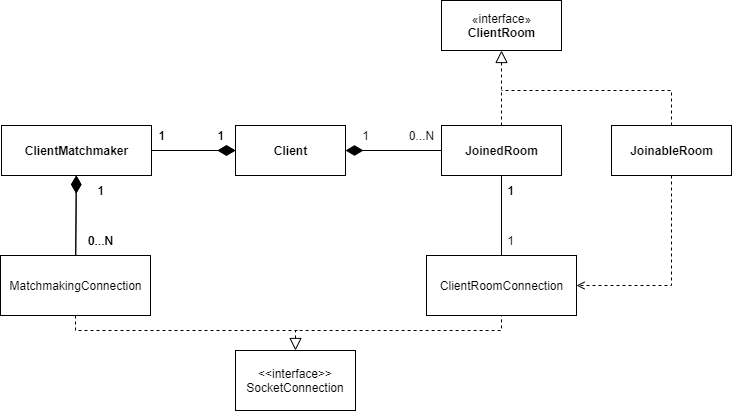
Above: doc/report/images/3-architecture/client-architecture.png in StefanoSalvatori/PPS-18-scala-omg (draw.io), before the change. Source tidied: cells renumbered, new cells last; positions are measured from the earlier drawing's top-left corner, leaving out a move shared by most shapes. Its diagram source:
```xml
<mxGraphModel>
  <root>
    <mxCell id="0" />
    <mxCell id="1" parent="0" />
    <mxCell id="2" value="&lt;b&gt;Client&lt;/b&gt;" style="html=1;" parent="1" vertex="1">
      <mxGeometry x="235" y="125" width="110" height="50" as="geometry" />
    </mxCell>
    <mxCell id="3" style="endArrow=none;html=1;exitX=1;exitY=0.5;exitDx=0;exitDy=0;startArrow=diamondThin;startFill=1;endSize=15;startSize=15;" parent="1" edge="1" source="2" target="9">
      <mxGeometry relative="1" as="geometry" />
    </mxCell>
    <mxCell id="4" value="0...N" style="text;html=1;align=center;verticalAlign=middle;" parent="1" vertex="1">
      <mxGeometry x="401" y="125" width="40" height="20" as="geometry" />
    </mxCell>
    <mxCell id="5" value="1" style="text;html=1;align=center;verticalAlign=middle;" parent="1" vertex="1">
      <mxGeometry x="355" y="125" width="20" height="20" as="geometry" />
    </mxCell>
    <mxCell id="6" value="1" style="text;html=1;align=center;verticalAlign=middle;" parent="1" vertex="1">
      <mxGeometry x="500" y="180" width="20" height="20" as="geometry" />
    </mxCell>
    <mxCell id="7" style="edgeStyle=orthogonalEdgeStyle;rounded=0;jettySize=auto;html=1;exitX=0.5;exitY=1;exitDx=0;exitDy=0;entryX=1;entryY=0.5;entryDx=0;entryDy=0;dashed=1;endArrow=open;endFill=0;" parent="1" edge="1" target="36">
      <mxGeometry relative="1" as="geometry">
        <mxPoint x="671" y="175" as="sourcePoint" />
        <Array as="points">
          <mxPoint x="671" y="285" />
        </Array>
      </mxGeometry>
    </mxCell>
    <mxCell id="8" value="&lt;b&gt;JoinableRoom&lt;/b&gt;" style="html=1;" parent="1" vertex="1">
      <mxGeometry x="611" y="125" width="120" height="50" as="geometry" />
    </mxCell>
    <mxCell id="9" value="&lt;b&gt;JoinedRoom&lt;/b&gt;" style="html=1;" parent="1" vertex="1">
      <mxGeometry x="441" y="125" width="120" height="50" as="geometry" />
    </mxCell>
    <mxCell id="10" style="edgeStyle=orthogonalEdgeStyle;rounded=0;jettySize=auto;html=1;exitX=1;exitY=0.5;exitDx=0;exitDy=0;entryX=0;entryY=0.5;entryDx=0;entryDy=0;endArrow=diamondThin;endFill=1;endSize=15;" parent="1" edge="1" source="11" target="2">
      <mxGeometry relative="1" as="geometry" />
    </mxCell>
    <mxCell id="11" value="&lt;b&gt;ClientMatchmaker&lt;/b&gt;" style="html=1;" parent="1" vertex="1">
      <mxGeometry x="1" y="125" width="150" height="50" as="geometry" />
    </mxCell>
    <mxCell id="12" value="1" style="text;html=1;align=center;verticalAlign=middle;" parent="1" vertex="1">
      <mxGeometry x="151" y="125" width="20" height="20" as="geometry" />
    </mxCell>
    <mxCell id="13" value="1" style="text;html=1;align=center;verticalAlign=middle;" parent="1" vertex="1">
      <mxGeometry x="210" y="125" width="20" height="20" as="geometry" />
    </mxCell>
    <mxCell id="14" value="MatchmakingService" style="html=1;" parent="1" vertex="1">
      <mxGeometry y="255" width="150" height="60" as="geometry" />
    </mxCell>
    <mxCell id="15" style="endArrow=none;html=1;startArrow=diamondThin;startFill=1;endSize=15;startSize=15;" parent="1" edge="1" source="11" target="14">
      <mxGeometry relative="1" as="geometry" />
    </mxCell>
    <mxCell id="16" value="0...N" style="text;html=1;align=center;verticalAlign=middle;" parent="1" vertex="1">
      <mxGeometry x="80" y="230" width="40" height="20" as="geometry" />
    </mxCell>
    <mxCell id="17" value="1" style="text;html=1;align=center;verticalAlign=middle;" parent="1" vertex="1">
      <mxGeometry x="90" y="180" width="20" height="20" as="geometry" />
    </mxCell>
    <mxCell id="18" style="edgeStyle=orthogonalEdgeStyle;rounded=0;jettySize=auto;html=1;exitX=0.5;exitY=1;exitDx=0;exitDy=0;startArrow=none;startFill=0;startSize=24;endSize=0;endArrow=none;endFill=0;" parent="1" edge="1" source="25">
      <mxGeometry relative="1" as="geometry">
        <mxPoint x="501" y="255" as="targetPoint" />
      </mxGeometry>
    </mxCell>
    <mxCell id="19" value="&lt;b&gt;Client&lt;/b&gt;" style="html=1;" parent="1" vertex="1">
      <mxGeometry x="235" y="125" width="110" height="50" as="geometry" />
    </mxCell>
    <mxCell id="20" value="«interface»&lt;br&gt;&lt;b&gt;ClientRoom&lt;/b&gt;" style="html=1;" parent="1" vertex="1">
      <mxGeometry x="441" width="120" height="50" as="geometry" />
    </mxCell>
    <mxCell id="21" style="endArrow=block;dashed=1;endFill=0;endSize=10;html=1;exitX=0.5;exitY=0;exitDx=0;exitDy=0;entryX=0.5;entryY=1;entryDx=0;entryDy=0;startSize=10;" parent="1" edge="1" source="25" target="20">
      <mxGeometry relative="1" as="geometry" />
    </mxCell>
    <mxCell id="22" value="1" style="text;html=1;align=center;verticalAlign=middle;" parent="1" vertex="1">
      <mxGeometry x="500" y="180" width="20" height="20" as="geometry" />
    </mxCell>
    <mxCell id="23" value="1" style="text;html=1;align=center;verticalAlign=middle;" parent="1" vertex="1">
      <mxGeometry x="500" y="230" width="20" height="20" as="geometry" />
    </mxCell>
    <mxCell id="24" style="edgeStyle=orthogonalEdgeStyle;rounded=0;orthogonalLoop=1;jettySize=auto;html=1;exitX=0.5;exitY=0;exitDx=0;exitDy=0;dashed=1;endArrow=none;endFill=0;" parent="1" edge="1">
      <mxGeometry relative="1" as="geometry">
        <mxPoint x="671" y="125" as="sourcePoint" />
        <mxPoint x="501" y="90" as="targetPoint" />
        <Array as="points">
          <mxPoint x="671" y="90" />
        </Array>
      </mxGeometry>
    </mxCell>
    <mxCell id="25" value="&lt;b&gt;JoinedRoom&lt;/b&gt;" style="html=1;" parent="1" vertex="1">
      <mxGeometry x="441" y="125" width="120" height="50" as="geometry" />
    </mxCell>
    <mxCell id="26" style="edgeStyle=orthogonalEdgeStyle;rounded=0;jettySize=auto;html=1;exitX=1;exitY=0.5;exitDx=0;exitDy=0;entryX=0;entryY=0.5;entryDx=0;entryDy=0;endArrow=diamondThin;endFill=1;endSize=15;" parent="1" edge="1" source="27" target="19">
      <mxGeometry relative="1" as="geometry" />
    </mxCell>
    <mxCell id="27" value="&lt;b&gt;ClientMatchmaker&lt;/b&gt;" style="html=1;" parent="1" vertex="1">
      <mxGeometry x="1" y="125" width="150" height="50" as="geometry" />
    </mxCell>
    <mxCell id="28" value="1" style="text;html=1;align=center;verticalAlign=middle;" parent="1" vertex="1">
      <mxGeometry x="151" y="125" width="20" height="20" as="geometry" />
    </mxCell>
    <mxCell id="29" value="1" style="text;html=1;align=center;verticalAlign=middle;" parent="1" vertex="1">
      <mxGeometry x="210" y="125" width="20" height="20" as="geometry" />
    </mxCell>
    <mxCell id="30" value="MatchmakingConnection" style="html=1;" parent="1" vertex="1">
      <mxGeometry y="255" width="150" height="60" as="geometry" />
    </mxCell>
    <mxCell id="31" style="endArrow=none;html=1;startArrow=diamondThin;startFill=1;endSize=15;startSize=15;" parent="1" edge="1" source="27" target="30">
      <mxGeometry relative="1" as="geometry" />
    </mxCell>
    <mxCell id="32" value="0...N" style="text;html=1;align=center;verticalAlign=middle;" parent="1" vertex="1">
      <mxGeometry x="80" y="230" width="40" height="20" as="geometry" />
    </mxCell>
    <mxCell id="33" value="1" style="text;html=1;align=center;verticalAlign=middle;" parent="1" vertex="1">
      <mxGeometry x="90" y="180" width="20" height="20" as="geometry" />
    </mxCell>
    <mxCell id="34" style="edgeStyle=orthogonalEdgeStyle;rounded=0;jettySize=auto;html=1;exitX=0.5;exitY=0;exitDx=0;exitDy=0;entryX=0.5;entryY=1;entryDx=0;entryDy=0;startArrow=block;startFill=0;startSize=10;endArrow=none;endFill=0;endSize=13;strokeWidth=1;dashed=1;" parent="1" edge="1" source="35" target="36">
      <mxGeometry relative="1" as="geometry">
        <Array as="points">
          <mxPoint x="295" y="330" />
          <mxPoint x="501" y="330" />
        </Array>
      </mxGeometry>
    </mxCell>
    <mxCell id="35" value="&amp;lt;&amp;lt;interface&amp;gt;&amp;gt;&lt;br&gt;SocketConnection" style="rounded=0;whiteSpace=wrap;html=1;" parent="1" vertex="1">
      <mxGeometry x="235" y="350" width="120" height="60" as="geometry" />
    </mxCell>
    <mxCell id="36" value="ClientRoomConnection" style="html=1;" parent="1" vertex="1">
      <mxGeometry x="426" y="255" width="150" height="60" as="geometry" />
    </mxCell>
    <mxCell id="37" style="endArrow=none;dashed=1;html=1;exitX=0.5;exitY=1;exitDx=0;exitDy=0;rounded=0;" parent="1" edge="1" source="30">
      <mxGeometry relative="1" as="geometry">
        <mxPoint x="301" y="330" as="targetPoint" />
        <Array as="points">
          <mxPoint x="75" y="330" />
        </Array>
      </mxGeometry>
    </mxCell>
  </root>
</mxGraphModel>
```
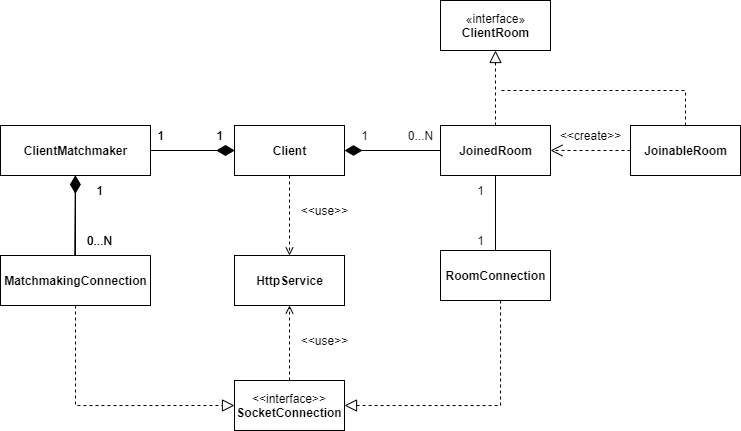
Later version of the same file.

Commit message:
client: architecture, design, room

Change to the diagram source:
```diff
@@ -5,8 +5,10 @@
     <mxCell id="2" value="&lt;b&gt;Client&lt;/b&gt;" style="html=1;" parent="1" vertex="1">
       <mxGeometry x="235" y="125" width="110" height="50" as="geometry" />
     </mxCell>
-    <mxCell id="3" style="endArrow=none;html=1;exitX=1;exitY=0.5;exitDx=0;exitDy=0;startArrow=diamondThin;startFill=1;endSize=15;startSize=15;" parent="1" edge="1" source="2" target="9">
-      <mxGeometry relative="1" as="geometry" />
+    <mxCell id="3" style="endArrow=none;html=1;exitX=1;exitY=0.5;exitDx=0;exitDy=0;startArrow=diamondThin;startFill=1;endSize=15;startSize=15;" parent="1" edge="1" source="2">
+      <mxGeometry relative="1" as="geometry">
+        <mxPoint x="441" y="150" as="targetPoint" />
+      </mxGeometry>
     </mxCell>
     <mxCell id="4" value="0...N" style="text;html=1;align=center;verticalAlign=middle;" parent="1" vertex="1">
       <mxGeometry x="401" y="125" width="40" height="20" as="geometry" />
@@ -14,23 +16,12 @@
     <mxCell id="5" value="1" style="text;html=1;align=center;verticalAlign=middle;" parent="1" vertex="1">
       <mxGeometry x="355" y="125" width="20" height="20" as="geometry" />
     </mxCell>
-    <mxCell id="6" value="1" style="text;html=1;align=center;verticalAlign=middle;" parent="1" vertex="1">
-      <mxGeometry x="500" y="180" width="20" height="20" as="geometry" />
-    </mxCell>
-    <mxCell id="7" style="edgeStyle=orthogonalEdgeStyle;rounded=0;jettySize=auto;html=1;exitX=0.5;exitY=1;exitDx=0;exitDy=0;entryX=1;entryY=0.5;entryDx=0;entryDy=0;dashed=1;endArrow=open;endFill=0;" parent="1" edge="1" target="36">
-      <mxGeometry relative="1" as="geometry">
-        <mxPoint x="671" y="175" as="sourcePoint" />
-        <Array as="points">
-          <mxPoint x="671" y="285" />
-        </Array>
-      </mxGeometry>
-    </mxCell>
+    <mxCell id="38" style="edgeStyle=orthogonalEdgeStyle;rounded=0;jettySize=auto;html=1;exitX=0;exitY=0.5;exitDx=0;exitDy=0;entryX=1;entryY=0.5;entryDx=0;entryDy=0;dashed=1;endArrow=open;endFill=0;endSize=10;" parent="1" edge="1" source="8" target="25">
+      <mxGeometry relative="1" as="geometry" />
+    </mxCell>
     <mxCell id="8" value="&lt;b&gt;JoinableRoom&lt;/b&gt;" style="html=1;" parent="1" vertex="1">
-      <mxGeometry x="611" y="125" width="120" height="50" as="geometry" />
+      <mxGeometry x="631" y="125" width="110" height="50" as="geometry" />
     </mxCell>
-    <mxCell id="9" value="&lt;b&gt;JoinedRoom&lt;/b&gt;" style="html=1;" parent="1" vertex="1">
-      <mxGeometry x="441" y="125" width="120" height="50" as="geometry" />
-    </mxCell>
     <mxCell id="10" style="edgeStyle=orthogonalEdgeStyle;rounded=0;jettySize=auto;html=1;exitX=1;exitY=0.5;exitDx=0;exitDy=0;entryX=0;entryY=0.5;entryDx=0;entryDy=0;endArrow=diamondThin;endFill=1;endSize=15;" parent="1" edge="1" source="11" target="2">
       <mxGeometry relative="1" as="geometry" />
     </mxCell>
@@ -43,11 +34,10 @@
     <mxCell id="13" value="1" style="text;html=1;align=center;verticalAlign=middle;" parent="1" vertex="1">
       <mxGeometry x="210" y="125" width="20" height="20" as="geometry" />
     </mxCell>
-    <mxCell id="14" value="MatchmakingService" style="html=1;" parent="1" vertex="1">
-      <mxGeometry y="255" width="150" height="60" as="geometry" />
-    </mxCell>
-    <mxCell id="15" style="endArrow=none;html=1;startArrow=diamondThin;startFill=1;endSize=15;startSize=15;" parent="1" edge="1" source="11" target="14">
-      <mxGeometry relative="1" as="geometry" />
+    <mxCell id="15" style="endArrow=none;html=1;startArrow=diamondThin;startFill=1;endSize=15;startSize=15;" parent="1" edge="1" source="11">
+      <mxGeometry relative="1" as="geometry">
+        <mxPoint x="75.2" y="255" as="targetPoint" />
+      </mxGeometry>
     </mxCell>
     <mxCell id="16" value="0...N" style="text;html=1;align=center;verticalAlign=middle;" parent="1" vertex="1">
       <mxGeometry x="80" y="230" width="40" height="20" as="geometry" />
@@ -55,37 +45,37 @@
     <mxCell id="17" value="1" style="text;html=1;align=center;verticalAlign=middle;" parent="1" vertex="1">
       <mxGeometry x="90" y="180" width="20" height="20" as="geometry" />
     </mxCell>
-    <mxCell id="18" style="edgeStyle=orthogonalEdgeStyle;rounded=0;jettySize=auto;html=1;exitX=0.5;exitY=1;exitDx=0;exitDy=0;startArrow=none;startFill=0;startSize=24;endSize=0;endArrow=none;endFill=0;" parent="1" edge="1" source="25">
-      <mxGeometry relative="1" as="geometry">
-        <mxPoint x="501" y="255" as="targetPoint" />
-      </mxGeometry>
+    <mxCell id="18" style="edgeStyle=orthogonalEdgeStyle;rounded=0;jettySize=auto;html=1;exitX=0.5;exitY=1;exitDx=0;exitDy=0;startArrow=none;startFill=0;startSize=24;endSize=0;endArrow=none;endFill=0;entryX=0.5;entryY=0;entryDx=0;entryDy=0;" parent="1" edge="1" source="25" target="36">
+      <mxGeometry relative="1" as="geometry" />
     </mxCell>
+    <mxCell id="39" style="edgeStyle=orthogonalEdgeStyle;rounded=0;jettySize=auto;html=1;exitX=0.5;exitY=1;exitDx=0;exitDy=0;dashed=1;endArrow=open;endFill=0;" parent="1" edge="1" source="19" target="42">
+      <mxGeometry relative="1" as="geometry" />
+    </mxCell>
     <mxCell id="19" value="&lt;b&gt;Client&lt;/b&gt;" style="html=1;" parent="1" vertex="1">
       <mxGeometry x="235" y="125" width="110" height="50" as="geometry" />
     </mxCell>
     <mxCell id="20" value="«interface»&lt;br&gt;&lt;b&gt;ClientRoom&lt;/b&gt;" style="html=1;" parent="1" vertex="1">
-      <mxGeometry x="441" width="120" height="50" as="geometry" />
+      <mxGeometry x="441" width="110" height="50" as="geometry" />
     </mxCell>
     <mxCell id="21" style="endArrow=block;dashed=1;endFill=0;endSize=10;html=1;exitX=0.5;exitY=0;exitDx=0;exitDy=0;entryX=0.5;entryY=1;entryDx=0;entryDy=0;startSize=10;" parent="1" edge="1" source="25" target="20">
       <mxGeometry relative="1" as="geometry" />
     </mxCell>
     <mxCell id="22" value="1" style="text;html=1;align=center;verticalAlign=middle;" parent="1" vertex="1">
-      <mxGeometry x="500" y="180" width="20" height="20" as="geometry" />
+      <mxGeometry x="471" y="180" width="20" height="20" as="geometry" />
     </mxCell>
     <mxCell id="23" value="1" style="text;html=1;align=center;verticalAlign=middle;" parent="1" vertex="1">
-      <mxGeometry x="500" y="230" width="20" height="20" as="geometry" />
+      <mxGeometry x="471" y="230" width="20" height="20" as="geometry" />
     </mxCell>
-    <mxCell id="24" style="edgeStyle=orthogonalEdgeStyle;rounded=0;orthogonalLoop=1;jettySize=auto;html=1;exitX=0.5;exitY=0;exitDx=0;exitDy=0;dashed=1;endArrow=none;endFill=0;" parent="1" edge="1">
+    <mxCell id="24" style="edgeStyle=orthogonalEdgeStyle;rounded=0;jettySize=auto;html=1;dashed=1;endArrow=none;endFill=0;exitX=0.5;exitY=0;exitDx=0;exitDy=0;" parent="1" edge="1" source="8">
       <mxGeometry relative="1" as="geometry">
-        <mxPoint x="671" y="125" as="sourcePoint" />
         <mxPoint x="501" y="90" as="targetPoint" />
         <Array as="points">
-          <mxPoint x="671" y="90" />
+          <mxPoint x="686" y="90" />
         </Array>
       </mxGeometry>
     </mxCell>
     <mxCell id="25" value="&lt;b&gt;JoinedRoom&lt;/b&gt;" style="html=1;" parent="1" vertex="1">
-      <mxGeometry x="441" y="125" width="120" height="50" as="geometry" />
+      <mxGeometry x="441" y="125" width="110" height="50" as="geometry" />
     </mxCell>
     <mxCell id="26" style="edgeStyle=orthogonalEdgeStyle;rounded=0;jettySize=auto;html=1;exitX=1;exitY=0.5;exitDx=0;exitDy=0;entryX=0;entryY=0.5;entryDx=0;entryDy=0;endArrow=diamondThin;endFill=1;endSize=15;" parent="1" edge="1" source="27" target="19">
       <mxGeometry relative="1" as="geometry" />
@@ -99,8 +89,11 @@
     <mxCell id="29" value="1" style="text;html=1;align=center;verticalAlign=middle;" parent="1" vertex="1">
       <mxGeometry x="210" y="125" width="20" height="20" as="geometry" />
     </mxCell>
+    <mxCell id="40" style="edgeStyle=orthogonalEdgeStyle;rounded=0;jettySize=auto;html=1;exitX=0.5;exitY=1;exitDx=0;exitDy=0;entryX=0;entryY=0.5;entryDx=0;entryDy=0;dashed=1;endArrow=block;endFill=0;endSize=10;" parent="1" edge="1" source="30" target="35">
+      <mxGeometry relative="1" as="geometry" />
+    </mxCell>
-    <mxCell id="30" value="MatchmakingConnection" style="html=1;" parent="1" vertex="1">
-      <mxGeometry y="255" width="150" height="60" as="geometry" />
+    <mxCell id="30" value="MatchmakingConnection" style="html=1;fontStyle=1;" parent="1" vertex="1">
+      <mxGeometry x="1" y="255" width="150" height="50" as="geometry" />
     </mxCell>
     <mxCell id="31" style="endArrow=none;html=1;startArrow=diamondThin;startFill=1;endSize=15;startSize=15;" parent="1" edge="1" source="27" target="30">
       <mxGeometry relative="1" as="geometry" />
@@ -111,27 +104,33 @@
     <mxCell id="33" value="1" style="text;html=1;align=center;verticalAlign=middle;" parent="1" vertex="1">
       <mxGeometry x="90" y="180" width="20" height="20" as="geometry" />
     </mxCell>
-    <mxCell id="34" style="edgeStyle=orthogonalEdgeStyle;rounded=0;jettySize=auto;html=1;exitX=0.5;exitY=0;exitDx=0;exitDy=0;entryX=0.5;entryY=1;entryDx=0;entryDy=0;startArrow=block;startFill=0;startSize=10;endArrow=none;endFill=0;endSize=13;strokeWidth=1;dashed=1;" parent="1" edge="1" source="35" target="36">
+    <mxCell id="34" style="edgeStyle=orthogonalEdgeStyle;rounded=0;jettySize=auto;html=1;exitX=1;exitY=0.5;exitDx=0;exitDy=0;entryX=0.5;entryY=1;entryDx=0;entryDy=0;startArrow=block;startFill=0;startSize=10;endArrow=none;endFill=0;endSize=13;strokeWidth=1;dashed=1;" parent="1" edge="1" source="35" target="36">
       <mxGeometry relative="1" as="geometry">
         <Array as="points">
-          <mxPoint x="295" y="330" />
-          <mxPoint x="501" y="330" />
+          <mxPoint x="501" y="405" />
         </Array>
       </mxGeometry>
     </mxCell>
+    <mxCell id="41" style="edgeStyle=orthogonalEdgeStyle;rounded=0;jettySize=auto;html=1;exitX=0.5;exitY=0;exitDx=0;exitDy=0;dashed=1;endArrow=open;endFill=0;" parent="1" edge="1" source="35" target="42">
+      <mxGeometry relative="1" as="geometry" />
+    </mxCell>
-    <mxCell id="35" value="&amp;lt;&amp;lt;interface&amp;gt;&amp;gt;&lt;br&gt;SocketConnection" style="rounded=0;whiteSpace=wrap;html=1;" parent="1" vertex="1">
-      <mxGeometry x="235" y="350" width="120" height="60" as="geometry" />
+    <mxCell id="35" value="&lt;span style=&quot;font-weight: normal&quot;&gt;&amp;lt;&amp;lt;interface&amp;gt;&amp;gt;&lt;/span&gt;&lt;br&gt;SocketConnection" style="rounded=0;whiteSpace=wrap;html=1;fontStyle=1;" parent="1" vertex="1">
+      <mxGeometry x="235" y="380" width="110" height="50" as="geometry" />
     </mxCell>
-    <mxCell id="36" value="ClientRoomConnection" style="html=1;" parent="1" vertex="1">
-      <mxGeometry x="426" y="255" width="150" height="60" as="geometry" />
+    <mxCell id="36" value="RoomConnection" style="html=1;fontStyle=1;" parent="1" vertex="1">
+      <mxGeometry x="441" y="250" width="110" height="50" as="geometry" />
     </mxCell>
-    <mxCell id="37" style="endArrow=none;dashed=1;html=1;exitX=0.5;exitY=1;exitDx=0;exitDy=0;rounded=0;" parent="1" edge="1" source="30">
-      <mxGeometry relative="1" as="geometry">
-        <mxPoint x="301" y="330" as="targetPoint" />
-        <Array as="points">
-          <mxPoint x="75" y="330" />
-        </Array>
-      </mxGeometry>
-    </mxCell>
+    <mxCell id="42" value="HttpService" style="html=1;fontStyle=1;" parent="1" vertex="1">
+      <mxGeometry x="235" y="255" width="110" height="50" as="geometry" />
+    </mxCell>
+    <mxCell id="43" value="&amp;lt;&amp;lt;use&amp;gt;&amp;gt;" style="text;html=1;align=center;verticalAlign=middle;" parent="1" vertex="1">
+      <mxGeometry x="295" y="200" width="60" height="20" as="geometry" />
+    </mxCell>
+    <mxCell id="44" value="&amp;lt;&amp;lt;use&amp;gt;&amp;gt;" style="text;html=1;align=center;verticalAlign=middle;" parent="1" vertex="1">
+      <mxGeometry x="295" y="330" width="60" height="20" as="geometry" />
+    </mxCell>
+    <mxCell id="45" value="&amp;lt;&amp;lt;create&amp;gt;&amp;gt;" style="text;html=1;align=center;verticalAlign=middle;" parent="1" vertex="1">
+      <mxGeometry x="551" y="125" width="80" height="20" as="geometry" />
+    </mxCell>
   </root>
 </mxGraphModel>
```
